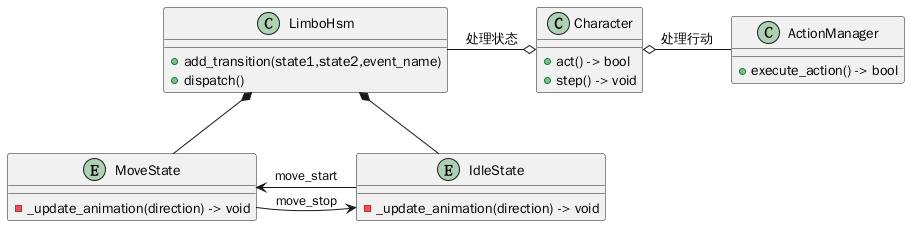
The PlantUML diagram 程序架构/character_struct.png in minkieyume/nightcat-srpg, before a commit. Its diagram source:
```plantuml
@startuml
class Character{
+ act() -> bool
+ step() -> void
}

class ActionManager{
+ execute_action() -> bool
}

class LimboHsm{
+ add_transition(state1,state2,event_name)
+ dispatch()
}
entity IdleState{
- _update_animation(direction) -> void
}
entity MoveState{
- _update_animation(direction) -> void
}

Character o-right- ActionManager : 处理行动
Character o-left- LimboHsm : 处理状态
IdleState -up-* LimboHsm
MoveState -up-* LimboHsm
IdleState -left-> MoveState : move_start
MoveState -right-> IdleState : move_stop
@enduml
```
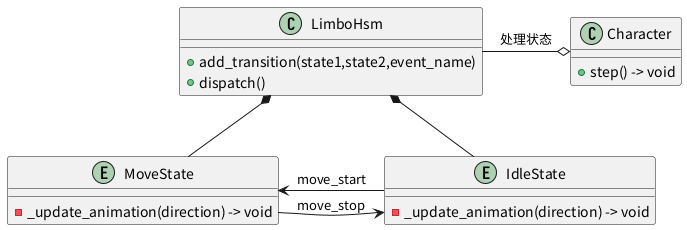
Above is the later version.

Change to the diagram source:
```diff
@@ -1,11 +1,6 @@
 @startuml
 class Character{
-+ act() -> bool
 + step() -> void
-}
-
-class ActionManager{
-+ execute_action() -> bool
 }
 
 class LimboHsm{
@@ -19,7 +14,6 @@
 - _update_animation(direction) -> void
 }
 
-Character o-right- ActionManager : 处理行动
 Character o-left- LimboHsm : 处理状态
 IdleState -up-* LimboHsm
 MoveState -up-* LimboHsm
```
